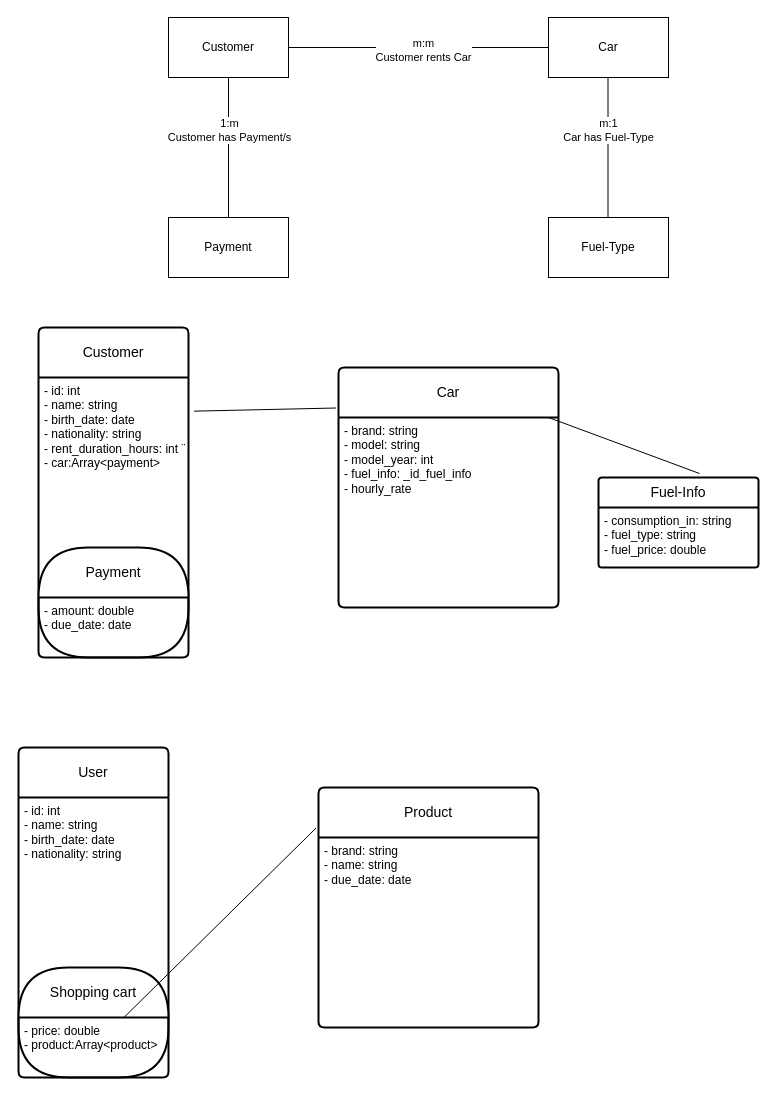
This is KN01/bin/konzeptionell.drawio from burak-adanir/m165, a draw.io file, before an edit. Source tidied: cells renumbered, new cells numbered last; positions are measured from the earlier drawing's top-left corner, leaving out a move shared by most shapes. Both pictures are drawn from the tidied source at 100%, with x=0, y=0 at pixel (18, 17).
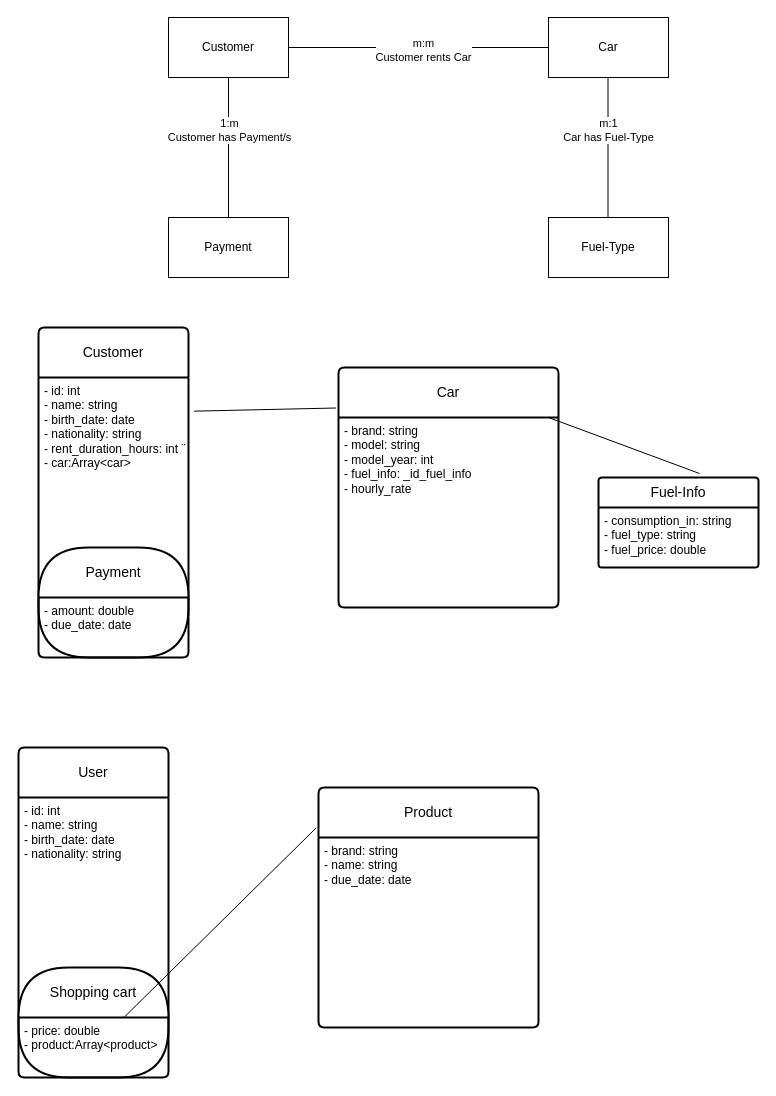
The same diagram, later.

The change refers to these unchanged cells:
```xml
<mxCell id="12" value="Customer" style="swimlane;horizontal=1;startSize=50;rounded=1;fontSize=14;fontStyle=0;strokeWidth=2;shadow=0;dashed=0;align=center;arcSize=4;whiteSpace=wrap;html=1;" parent="1" vertex="1">
  <mxGeometry x="20" y="310" width="150" height="330" as="geometry" />
</mxCell>
```

Change to the diagram source:
```diff
@@
-    <mxCell id="14" value="&lt;div&gt;- id: int&lt;/div&gt;- name: string&amp;nbsp;&lt;br&gt;- birth_date: date&lt;div&gt;- nationality: string&lt;br&gt;&lt;div&gt;- rent_duration_hours: int ¨&lt;/div&gt;&lt;/div&gt;&lt;div&gt;- car:Array&amp;lt;payment&amp;gt;&amp;nbsp;&lt;div&gt;&lt;br&gt;&lt;/div&gt;&lt;/div&gt;" style="align=left;strokeColor=none;fillColor=none;spacingLeft=4;fontSize=12;verticalAlign=top;html=1;" parent="12" vertex="1">
+    <mxCell id="14" value="&lt;div&gt;- id: int&lt;/div&gt;- name: string&amp;nbsp;&lt;br&gt;- birth_date: date&lt;div&gt;- nationality: string&lt;br&gt;&lt;div&gt;- rent_duration_hours: int ¨&lt;/div&gt;&lt;/div&gt;&lt;div&gt;- car:Array&amp;lt;car&amp;gt;&amp;nbsp;&lt;div&gt;&lt;br&gt;&lt;/div&gt;&lt;/div&gt;" style="align=left;strokeColor=none;fillColor=none;spacingLeft=4;fontSize=12;verticalAlign=top;html=1;" parent="12" vertex="1">
       <mxGeometry y="50" width="150" height="170" as="geometry" />
     </mxCell>
```
